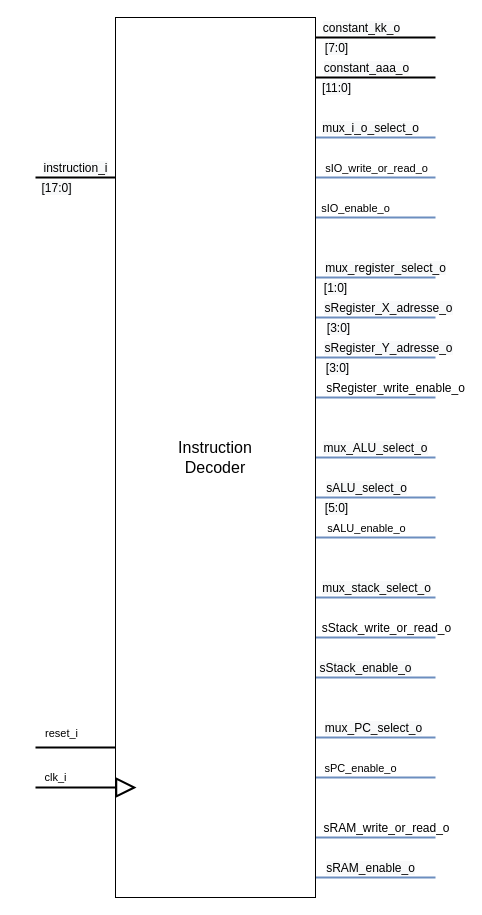
Earlier version of the draw.io diagram Blockbeschreibungen/ID_beschreibung.drawio (graefjk/RO2). Source tidied: cells renumbered, new cells numbered last; positions are measured from the earlier drawing's top-left corner, leaving out a move shared by most shapes. Both pictures are drawn from the tidied source at 100%, with x=0, y=0 at pixel (35, 17).
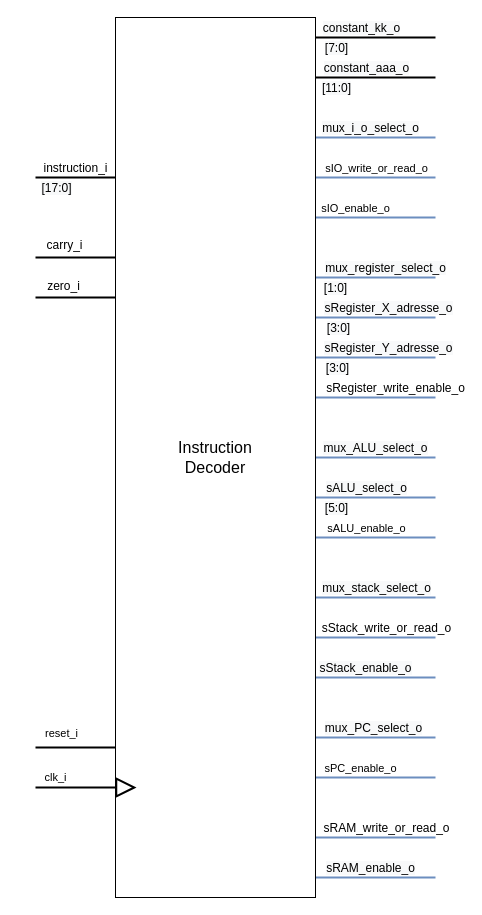
The same page after the edit.

Commit message (it also covers changes not shown here):
ID added missing carry zero input in grafic

Unchanged cells that the change refers to:
```xml
<mxCell id="2" style="edgeStyle=orthogonalEdgeStyle;rounded=0;jettySize=auto;html=1;endArrow=none;endFill=0;strokeWidth=2;" parent="1" edge="1" source="51">
  <mxGeometry relative="1" as="geometry">
    <mxPoint y="160" as="targetPoint" />
    <Array as="points">
      <mxPoint x="60" y="160" />
      <mxPoint x="60" y="160" />
    </Array>
  </mxGeometry>
</mxCell>
<mxCell id="51" value="&lt;font style=&quot;font-size: 16px&quot;&gt;Instruction&lt;br&gt;Decoder&lt;/font&gt;" style="rounded=0;whiteSpace=wrap;html=1;" parent="1" vertex="1">
  <mxGeometry x="80" width="200" height="880" as="geometry" />
</mxCell>
```

Diff of the diagram source:
```diff
@@
-    <mxCell id="3" value="&lt;span style=&quot;font-size: 12px ; background-color: rgb(248 , 249 , 250)&quot;&gt;instruction_i&lt;/span&gt;" style="edgeLabel;html=1;align=center;verticalAlign=middle;" parent="2" vertex="1">
+    <mxCell id="3" value="&lt;span style=&quot;font-size: 12px;&quot;&gt;instruction_i&lt;/span&gt;" style="edgeLabel;html=1;align=center;verticalAlign=middle;labelBackgroundColor=none;" parent="2" vertex="1">
       <mxGeometry x="0.29" y="-1" relative="1" as="geometry">
         <mxPoint x="11.7" y="-9" as="offset" />
       </mxGeometry>
     </mxCell>
@@
+    <mxCell id="53" style="edgeStyle=orthogonalEdgeStyle;rounded=0;jettySize=auto;html=1;strokeWidth=2;endArrow=none;endFill=0;" parent="1" edge="1" source="51">
+      <mxGeometry relative="1" as="geometry">
+        <mxPoint y="240" as="targetPoint" />
+        <Array as="points">
+          <mxPoint x="20" y="240" />
+          <mxPoint x="20" y="240" />
+        </Array>
+      </mxGeometry>
+    </mxCell>
+    <mxCell id="54" value="&lt;span style=&quot;font-size: 12px;&quot;&gt;carry_i&lt;/span&gt;" style="edgeLabel;html=1;align=center;verticalAlign=middle;labelBackgroundColor=none;" parent="53" vertex="1">
+      <mxGeometry x="0.79" y="-1" relative="1" as="geometry">
+        <mxPoint x="20" y="-12" as="offset" />
+      </mxGeometry>
+    </mxCell>
+    <mxCell id="55" style="edgeStyle=orthogonalEdgeStyle;rounded=0;jettySize=auto;html=1;endArrow=none;endFill=0;strokeWidth=2;" parent="1" edge="1" source="51">
+      <mxGeometry relative="1" as="geometry">
+        <mxPoint y="280" as="targetPoint" />
+        <Array as="points">
+          <mxPoint x="50" y="280" />
+          <mxPoint x="50" y="280" />
+        </Array>
+      </mxGeometry>
+    </mxCell>
+    <mxCell id="56" value="&lt;span style=&quot;font-size: 12px;&quot;&gt;zero_i&lt;/span&gt;" style="edgeLabel;html=1;align=center;verticalAlign=middle;labelBackgroundColor=none;" parent="55" vertex="1">
+      <mxGeometry x="0.76" y="-1" relative="1" as="geometry">
+        <mxPoint x="17.9" y="-11" as="offset" />
+      </mxGeometry>
+    </mxCell>
```
